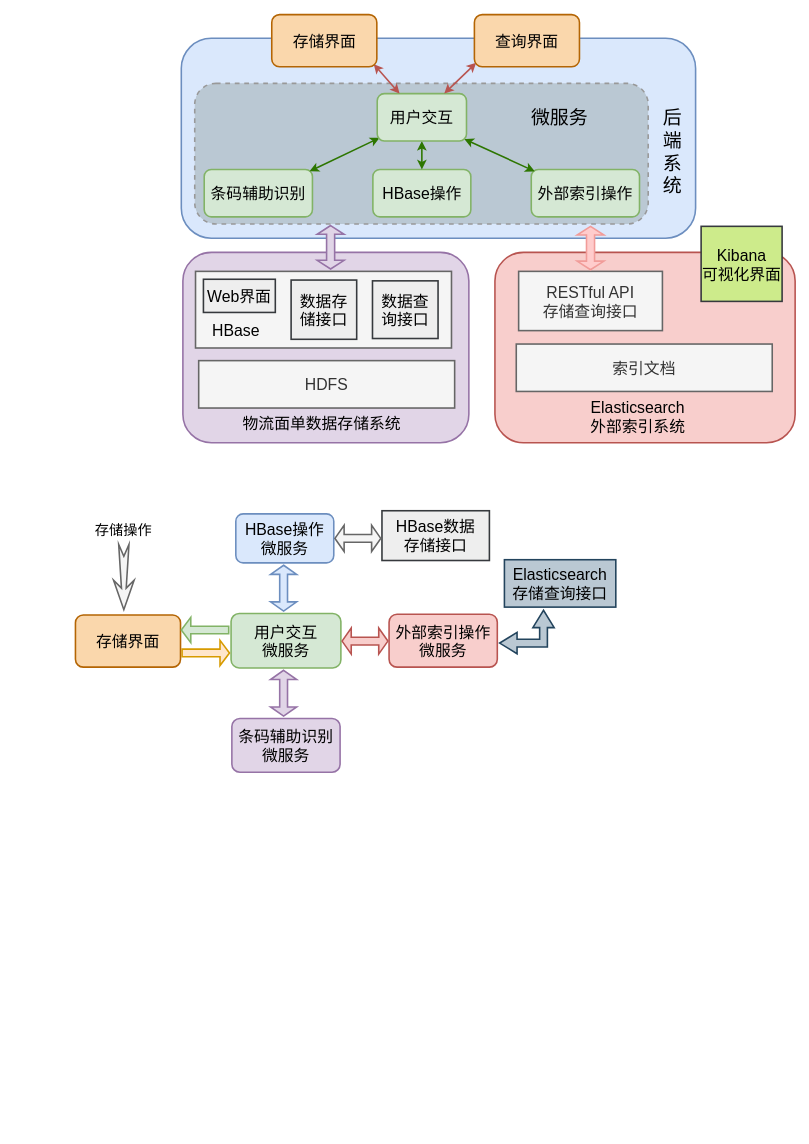
Earlier version of the draw.io diagram page "第 4 页" (4 of 4) of 未命名绘图.drawio (Life-Cycle/xixi). Source tidied: cells renumbered, new cells numbered last; positions are measured from the earlier drawing's top-left corner, leaving out a move shared by most shapes. Both pictures are drawn from the tidied source at 79%, with x=0, y=0 at pixel (75, 14).
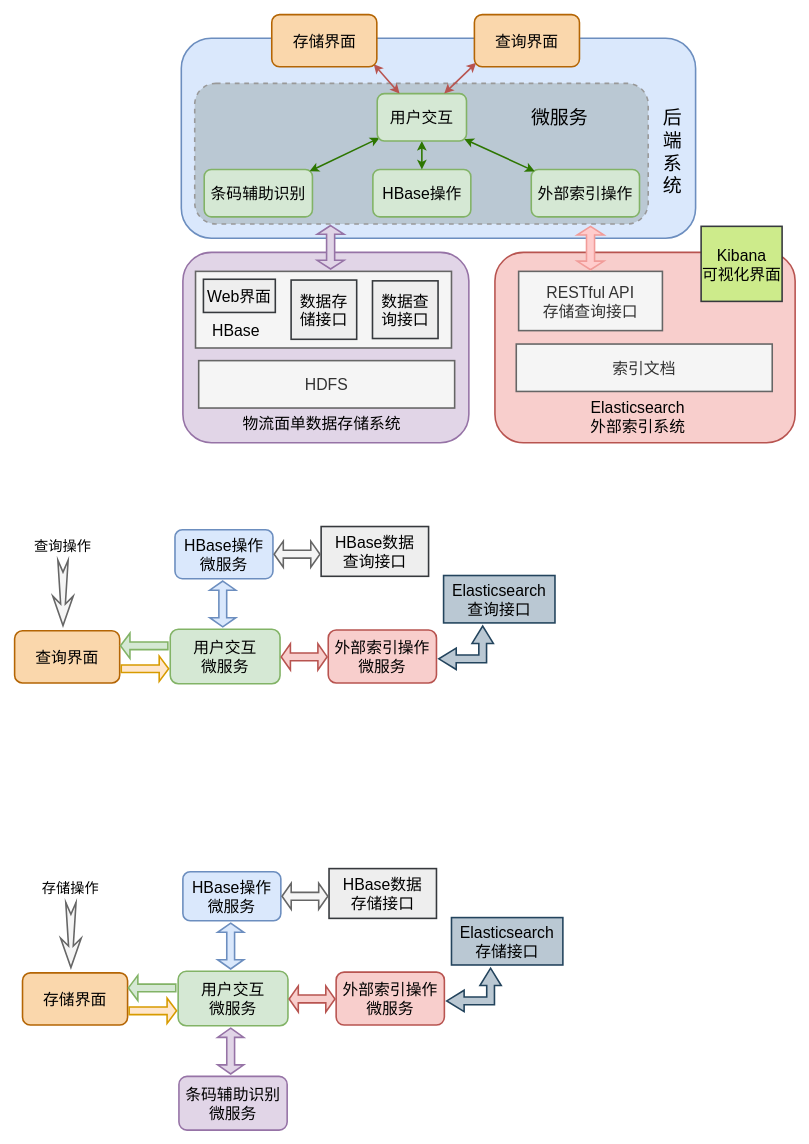
Above is the later version.

Commit message (it also covers changes not shown here):
更新未命名绘图.drawio

Diff of the diagram source:
```diff
@@
     <mxCell id="32" value="存储界面" style="rounded=1;whiteSpace=wrap;html=1;labelBackgroundColor=none;fontSize=20;strokeColor=#b46504;strokeWidth=2;fillColor=#fad7ac;" parent="1" vertex="1">
-      <mxGeometry y="760" width="133" height="66" as="geometry" />
+      <mxGeometry x="-67" y="1213" width="133" height="66" as="geometry" />
     </mxCell>
     <mxCell id="33" value="用户交互&lt;br&gt;微服务" style="rounded=1;whiteSpace=wrap;html=1;labelBackgroundColor=none;fontSize=20;strokeColor=#82b366;strokeWidth=2;fillColor=#d5e8d4;" parent="1" vertex="1">
-      <mxGeometry x="197" y="758" width="139" height="69" as="geometry" />
+      <mxGeometry x="130" y="1211" width="139" height="69" as="geometry" />
     </mxCell>
     <mxCell id="34" value="条码辅助识别&lt;br&gt;微服务" style="rounded=1;whiteSpace=wrap;html=1;labelBackgroundColor=none;fontSize=20;strokeColor=#9673a6;strokeWidth=2;fillColor=#e1d5e7;" parent="1" vertex="1">
-      <mxGeometry x="198" y="891" width="137" height="68" as="geometry" />
+      <mxGeometry x="131" y="1344" width="137" height="68" as="geometry" />
     </mxCell>
     <mxCell id="35" value="HBase操作&lt;br&gt;微服务" style="rounded=1;whiteSpace=wrap;html=1;labelBackgroundColor=none;fontSize=20;strokeColor=#6c8ebf;strokeWidth=2;fillColor=#dae8fc;" parent="1" vertex="1">
-      <mxGeometry x="203" y="632" width="124" height="62" as="geometry" />
+      <mxGeometry x="136" y="1085" width="124" height="62" as="geometry" />
     </mxCell>
     <mxCell id="36" style="shape=singleArrow;whiteSpace=wrap;html=1;labelBackgroundColor=none;fontSize=26;strokeColor=#d79b00;strokeWidth=2;fillColor=#ffe6cc;" parent="1" vertex="1">
-      <mxGeometry x="135" y="792" width="60" height="32" as="geometry" />
+      <mxGeometry x="68" y="1245" width="60" height="32" as="geometry" />
     </mxCell>
     <mxCell id="37" style="shape=doubleArrow;direction=south;whiteSpace=wrap;html=1;labelBackgroundColor=none;fontSize=26;strokeColor=#9673a6;strokeWidth=2;fillColor=#e1d5e7;" parent="1" vertex="1">
-      <mxGeometry x="247" y="830" width="33" height="58" as="geometry" />
+      <mxGeometry x="180" y="1283" width="33" height="58" as="geometry" />
     </mxCell>
     <mxCell id="38" value="HBase数据&lt;br&gt;存储接口" style="rounded=0;whiteSpace=wrap;html=1;labelBackgroundColor=none;fontSize=20;strokeColor=#36393d;strokeWidth=2;fillColor=#eeeeee;" parent="1" vertex="1">
-      <mxGeometry x="388" y="628" width="136" height="63" as="geometry" />
+      <mxGeometry x="321" y="1081" width="136" height="63" as="geometry" />
     </mxCell>
-    <mxCell id="39" value="Elasticsearch&lt;br&gt;存储查询接口" style="rounded=0;whiteSpace=wrap;html=1;labelBackgroundColor=none;fontSize=20;strokeColor=#23445d;strokeWidth=2;fillColor=#bac8d3;" parent="1" vertex="1">
-      <mxGeometry x="543" y="690" width="141" height="60" as="geometry" />
+    <mxCell id="39" value="Elasticsearch&lt;br&gt;存储接口" style="rounded=0;whiteSpace=wrap;html=1;labelBackgroundColor=none;fontSize=20;strokeColor=#23445d;strokeWidth=2;fillColor=#bac8d3;" parent="1" vertex="1">
+      <mxGeometry x="476" y="1143" width="141" height="60" as="geometry" />
     </mxCell>
     <mxCell id="40" style="shape=singleArrow;whiteSpace=wrap;html=1;labelBackgroundColor=none;fontSize=26;strokeColor=#82b366;strokeWidth=2;fillColor=#d5e8d4;flipH=1;" parent="1" vertex="1">
-      <mxGeometry x="134" y="763" width="60" height="32" as="geometry" />
+      <mxGeometry x="67" y="1216" width="60" height="32" as="geometry" />
     </mxCell>
     <mxCell id="41" style="html=1;shadow=0;dashed=0;align=center;verticalAlign=middle;shape=mxgraph.arrows2.stylisedArrow;dy=0.77;dx=27.22;notch=15;feather=0.5;labelBackgroundColor=none;fontSize=18;fontColor=#333333;strokeColor=#666666;strokeWidth=2;fillColor=#f5f5f5;rotation=90;" parent="1" vertex="1">
-      <mxGeometry x="20" y="699" width="82.5" height="26" as="geometry" />
+      <mxGeometry x="-47" y="1152" width="82.5" height="26" as="geometry" />
     </mxCell>
     <mxCell id="42" value="&lt;font color=&quot;#000000&quot; style=&quot;font-size: 18px&quot;&gt;存储操作&lt;/font&gt;" style="text;html=1;strokeColor=none;fillColor=none;align=center;verticalAlign=middle;whiteSpace=wrap;rounded=0;labelBackgroundColor=none;fontSize=26;fontColor=#FFFFFF;" parent="1" vertex="1">
-      <mxGeometry x="23.2" y="635" width="76" height="30" as="geometry" />
+      <mxGeometry x="-43.8" y="1088" width="76" height="30" as="geometry" />
     </mxCell>
     <mxCell id="43" value="外部索引操作&lt;br&gt;微服务" style="rounded=1;whiteSpace=wrap;html=1;labelBackgroundColor=none;fontSize=20;strokeColor=#b85450;strokeWidth=2;fillColor=#f8cecc;" parent="1" vertex="1">
-      <mxGeometry x="397" y="759" width="137" height="67" as="geometry" />
+      <mxGeometry x="330" y="1212" width="137" height="67" as="geometry" />
     </mxCell>
     <mxCell id="44" style="shape=doubleArrow;direction=south;whiteSpace=wrap;html=1;labelBackgroundColor=none;fontSize=26;strokeColor=#b85450;strokeWidth=2;fillColor=#f8cecc;rotation=-90;" parent="1" vertex="1">
-      <mxGeometry x="350" y="764" width="33" height="58" as="geometry" />
+      <mxGeometry x="283" y="1217" width="33" height="58" as="geometry" />
     </mxCell>
     <mxCell id="45" style="shape=doubleArrow;direction=south;whiteSpace=wrap;html=1;labelBackgroundColor=none;fontSize=26;strokeColor=#666666;strokeWidth=2;fillColor=#f5f5f5;rotation=-90;fontColor=#333333;" parent="1" vertex="1">
-      <mxGeometry x="341" y="634" width="33" height="58" as="geometry" />
+      <mxGeometry x="274" y="1087" width="33" height="58" as="geometry" />
     </mxCell>
     <mxCell id="46" style="shape=doubleArrow;direction=south;whiteSpace=wrap;html=1;labelBackgroundColor=none;fontSize=26;strokeColor=#6c8ebf;strokeWidth=2;fillColor=#dae8fc;" parent="1" vertex="1">
-      <mxGeometry x="247" y="697" width="33" height="58" as="geometry" />
+      <mxGeometry x="180" y="1150" width="33" height="58" as="geometry" />
     </mxCell>
     <mxCell id="47" style="html=1;shadow=0;dashed=0;align=center;verticalAlign=middle;shape=mxgraph.arrows2.bendDoubleArrow;dy=4.9;dx=22;arrowHead=27;rounded=0;labelBackgroundColor=none;fontSize=18;strokeColor=#23445d;strokeWidth=2;fillColor=#bac8d3;flipV=1;flipH=1;" parent="1" vertex="1">
-      <mxGeometry x="537" y="754" width="69" height="55" as="geometry" />
+      <mxGeometry x="470" y="1207" width="69" height="55" as="geometry" />
     </mxCell>
+    <mxCell id="48" value="查询界面" style="rounded=1;whiteSpace=wrap;html=1;labelBackgroundColor=none;fontSize=20;strokeColor=#b46504;strokeWidth=2;fillColor=#fad7ac;" parent="1" vertex="1">
+      <mxGeometry x="-77" y="780" width="133" height="66" as="geometry" />
+    </mxCell>
+    <mxCell id="49" value="用户交互&lt;br&gt;微服务" style="rounded=1;whiteSpace=wrap;html=1;labelBackgroundColor=none;fontSize=20;strokeColor=#82b366;strokeWidth=2;fillColor=#d5e8d4;" parent="1" vertex="1">
+      <mxGeometry x="120" y="778" width="139" height="69" as="geometry" />
+    </mxCell>
+    <mxCell id="50" value="HBase操作&lt;br&gt;微服务" style="rounded=1;whiteSpace=wrap;html=1;labelBackgroundColor=none;fontSize=20;strokeColor=#6c8ebf;strokeWidth=2;fillColor=#dae8fc;" parent="1" vertex="1">
+      <mxGeometry x="126" y="652" width="124" height="62" as="geometry" />
+    </mxCell>
+    <mxCell id="51" style="shape=singleArrow;whiteSpace=wrap;html=1;labelBackgroundColor=none;fontSize=26;strokeColor=#d79b00;strokeWidth=2;fillColor=#ffe6cc;" parent="1" vertex="1">
+      <mxGeometry x="58" y="812" width="60" height="32" as="geometry" />
+    </mxCell>
+    <mxCell id="52" value="HBase数据&lt;br&gt;查询接口" style="rounded=0;whiteSpace=wrap;html=1;labelBackgroundColor=none;fontSize=20;strokeColor=#36393d;strokeWidth=2;fillColor=#eeeeee;" parent="1" vertex="1">
+      <mxGeometry x="311" y="648" width="136" height="63" as="geometry" />
+    </mxCell>
+    <mxCell id="53" value="Elasticsearch&lt;br&gt;查询接口" style="rounded=0;whiteSpace=wrap;html=1;labelBackgroundColor=none;fontSize=20;strokeColor=#23445d;strokeWidth=2;fillColor=#bac8d3;" parent="1" vertex="1">
+      <mxGeometry x="466" y="710" width="141" height="60" as="geometry" />
+    </mxCell>
+    <mxCell id="54" style="shape=singleArrow;whiteSpace=wrap;html=1;labelBackgroundColor=none;fontSize=26;strokeColor=#82b366;strokeWidth=2;fillColor=#d5e8d4;flipH=1;" parent="1" vertex="1">
+      <mxGeometry x="57" y="783" width="60" height="32" as="geometry" />
+    </mxCell>
+    <mxCell id="55" style="html=1;shadow=0;dashed=0;align=center;verticalAlign=middle;shape=mxgraph.arrows2.stylisedArrow;dy=0.77;dx=27.22;notch=15;feather=0.5;labelBackgroundColor=none;fontSize=18;fontColor=#333333;strokeColor=#666666;strokeWidth=2;fillColor=#f5f5f5;rotation=90;" parent="1" vertex="1">
+      <mxGeometry x="-57" y="719" width="82.5" height="26" as="geometry" />
+    </mxCell>
+    <mxCell id="56" value="&lt;font color=&quot;#000000&quot; style=&quot;font-size: 18px&quot;&gt;查询操作&lt;/font&gt;" style="text;html=1;strokeColor=none;fillColor=none;align=center;verticalAlign=middle;whiteSpace=wrap;rounded=0;labelBackgroundColor=none;fontSize=26;fontColor=#FFFFFF;" parent="1" vertex="1">
+      <mxGeometry x="-53.8" y="655" width="76" height="30" as="geometry" />
+    </mxCell>
+    <mxCell id="57" value="外部索引操作&lt;br&gt;微服务" style="rounded=1;whiteSpace=wrap;html=1;labelBackgroundColor=none;fontSize=20;strokeColor=#b85450;strokeWidth=2;fillColor=#f8cecc;" parent="1" vertex="1">
+      <mxGeometry x="320" y="779" width="137" height="67" as="geometry" />
+    </mxCell>
+    <mxCell id="58" style="shape=doubleArrow;direction=south;whiteSpace=wrap;html=1;labelBackgroundColor=none;fontSize=26;strokeColor=#b85450;strokeWidth=2;fillColor=#f8cecc;rotation=-90;" parent="1" vertex="1">
+      <mxGeometry x="273" y="784" width="33" height="58" as="geometry" />
+    </mxCell>
+    <mxCell id="59" style="shape=doubleArrow;direction=south;whiteSpace=wrap;html=1;labelBackgroundColor=none;fontSize=26;strokeColor=#666666;strokeWidth=2;fillColor=#f5f5f5;rotation=-90;fontColor=#333333;" parent="1" vertex="1">
+      <mxGeometry x="264" y="654" width="33" height="58" as="geometry" />
+    </mxCell>
+    <mxCell id="60" style="shape=doubleArrow;direction=south;whiteSpace=wrap;html=1;labelBackgroundColor=none;fontSize=26;strokeColor=#6c8ebf;strokeWidth=2;fillColor=#dae8fc;" parent="1" vertex="1">
+      <mxGeometry x="170" y="717" width="33" height="58" as="geometry" />
+    </mxCell>
+    <mxCell id="61" style="html=1;shadow=0;dashed=0;align=center;verticalAlign=middle;shape=mxgraph.arrows2.bendDoubleArrow;dy=4.9;dx=22;arrowHead=27;rounded=0;labelBackgroundColor=none;fontSize=18;strokeColor=#23445d;strokeWidth=2;fillColor=#bac8d3;flipV=1;flipH=1;" parent="1" vertex="1">
+      <mxGeometry x="460" y="774" width="69" height="55" as="geometry" />
+    </mxCell>
```
